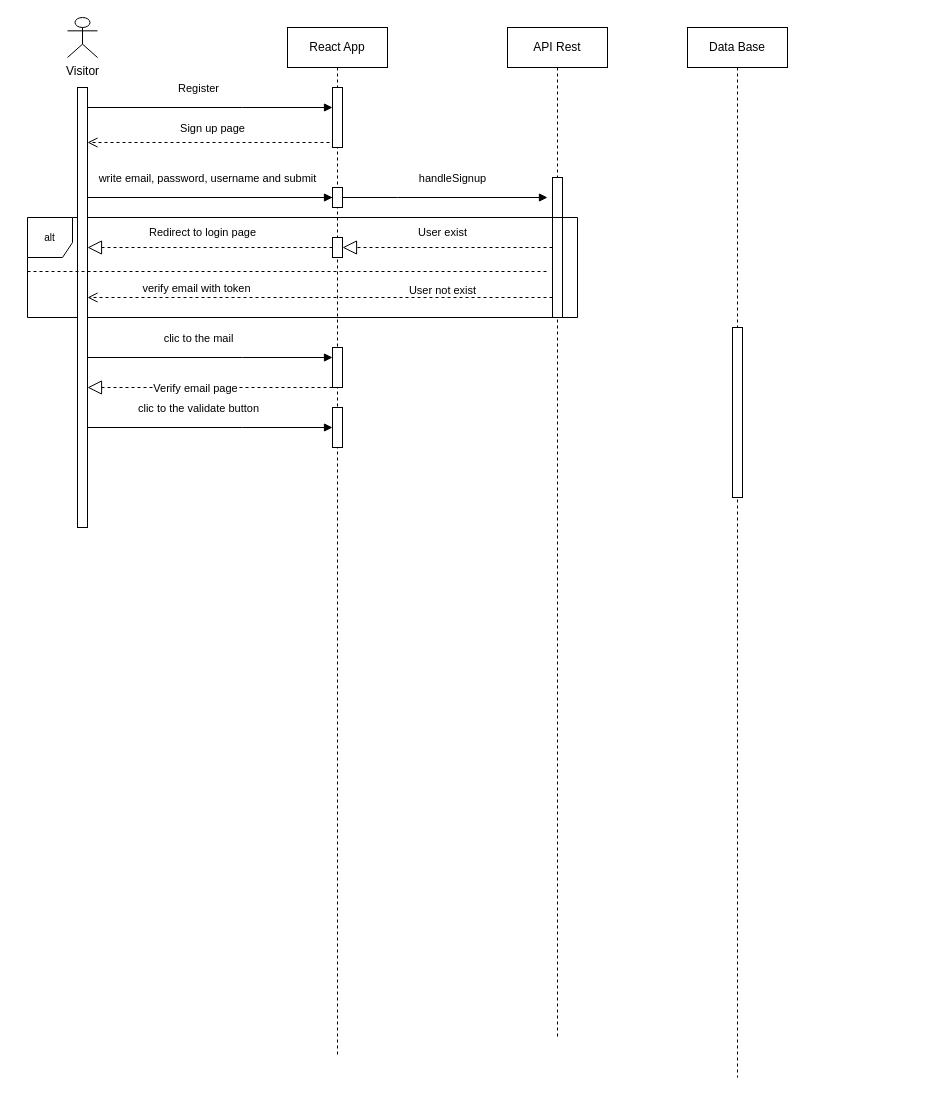
Before: Diagramme sans nom.drawio in Sebastienprt/Cinemania, a draw.io diagram. Source tidied: cells renumbered, new cells numbered last; positions are measured from the earlier drawing's top-left corner, leaving out a move shared by most shapes. Both pictures are drawn from the tidied source at 100%, with x=0, y=0 at pixel (27, 17).
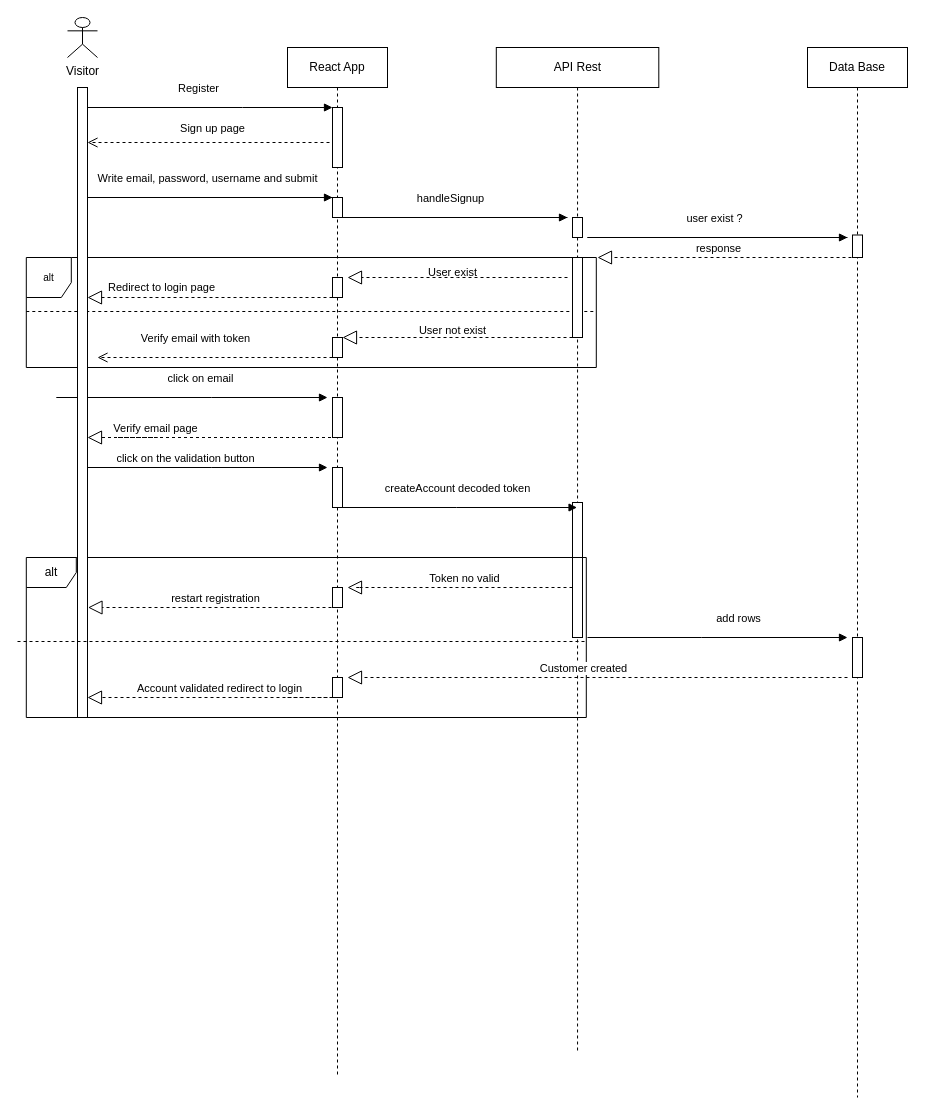
Above is the later version.

Commit message (it also covers changes not shown here):
Mettre à jour Diagramme sans nom.drawio

Change to the diagram source:
```diff
@@
     <mxCell id="2" value="React App" style="shape=umlLifeline;perimeter=lifelinePerimeter;whiteSpace=wrap;html=1;outlineConnect=0;portConstraint=eastwest;newEdgeStyle={&quot;edgeStyle&quot;:&quot;elbowEdgeStyle&quot;,&quot;elbow&quot;:&quot;vertical&quot;,&quot;curved&quot;:0,&quot;rounded&quot;:0};" parent="1" vertex="1">
-      <mxGeometry x="260" y="10" width="100" height="1030" as="geometry" />
+      <mxGeometry x="260" y="30" width="100" height="1030" as="geometry" />
     </mxCell>
@@
+    <mxCell id="14" style="html=1;points=[];perimeter=orthogonalPerimeter;outlineConnect=0;targetShapes=umlLifeline;portConstraint=eastwest;newEdgeStyle={&quot;edgeStyle&quot;:&quot;elbowEdgeStyle&quot;,&quot;elbow&quot;:&quot;vertical&quot;,&quot;curved&quot;:0,&quot;rounded&quot;:0};" parent="2" vertex="1">
+      <mxGeometry x="45" y="150" width="10" height="20" as="geometry" />
+    </mxCell>
+    <mxCell id="6" value="Write email, password, username and submit" style="html=1;verticalAlign=bottom;endArrow=block;edgeStyle=elbowEdgeStyle;elbow=vertical;curved=0;rounded=0;" parent="2" edge="1" source="14" target="14">
+      <mxGeometry x="0.49" y="10" relative="1" as="geometry">
+        <Array as="points">
+          <mxPoint x="-200" y="150" />
+          <mxPoint y="120" />
+        </Array>
+      </mxGeometry>
+    </mxCell>
+    <mxCell id="24" style="html=1;points=[];perimeter=orthogonalPerimeter;outlineConnect=0;targetShapes=umlLifeline;portConstraint=eastwest;newEdgeStyle={&quot;edgeStyle&quot;:&quot;elbowEdgeStyle&quot;,&quot;elbow&quot;:&quot;vertical&quot;,&quot;curved&quot;:0,&quot;rounded&quot;:0};" parent="2" vertex="1">
+      <mxGeometry x="45" y="230" width="10" height="20" as="geometry" />
+    </mxCell>
     <mxCell id="4" style="html=1;perimeter=orthogonalPerimeter;targetShapes=umlLifeline;newEdgeStyle={&quot;edgeStyle&quot;:&quot;elbowEdgeStyle&quot;,&quot;elbow&quot;:&quot;vertical&quot;,&quot;curved&quot;:0,&quot;rounded&quot;:0};" parent="2" vertex="1">
-      <mxGeometry x="45" y="320" width="10" height="40" as="geometry" />
+      <mxGeometry x="45" y="350" width="10" height="40" as="geometry" />
     </mxCell>
     <mxCell id="5" style="html=1;perimeter=orthogonalPerimeter;targetShapes=umlLifeline;newEdgeStyle={&quot;edgeStyle&quot;:&quot;elbowEdgeStyle&quot;,&quot;elbow&quot;:&quot;vertical&quot;,&quot;curved&quot;:0,&quot;rounded&quot;:0};" parent="2" vertex="1">
-      <mxGeometry x="45" y="380" width="10" height="40" as="geometry" />
+      <mxGeometry x="45" y="420" width="10" height="40" as="geometry" />
     </mxCell>
-    <mxCell id="6" value="write email, password, username and submit" style="html=1;verticalAlign=bottom;endArrow=block;edgeStyle=elbowEdgeStyle;elbow=vertical;curved=0;rounded=0;" parent="1" edge="1" source="14" target="14">
-      <mxGeometry x="0.49" y="10" relative="1" as="geometry">
-        <Array as="points">
-          <mxPoint x="60" y="180" />
-          <mxPoint x="260" y="150" />
-        </Array>
-      </mxGeometry>
-    </mxCell>
+    <mxCell id="30" style="html=1;perimeter=orthogonalPerimeter;targetShapes=umlLifeline;newEdgeStyle={&quot;edgeStyle&quot;:&quot;elbowEdgeStyle&quot;,&quot;elbow&quot;:&quot;vertical&quot;,&quot;curved&quot;:0,&quot;rounded&quot;:0};" parent="2" vertex="1">
+      <mxGeometry x="45" y="540" width="10" height="20" as="geometry" />
+    </mxCell>
+    <mxCell id="31" style="html=1;perimeter=orthogonalPerimeter;targetShapes=umlLifeline;newEdgeStyle={&quot;edgeStyle&quot;:&quot;elbowEdgeStyle&quot;,&quot;elbow&quot;:&quot;vertical&quot;,&quot;curved&quot;:0,&quot;rounded&quot;:0};" parent="2" vertex="1">
+      <mxGeometry x="45" y="630" width="10" height="20" as="geometry" />
+    </mxCell>
+    <mxCell id="32" style="html=1;points=[];perimeter=orthogonalPerimeter;outlineConnect=0;targetShapes=umlLifeline;portConstraint=eastwest;newEdgeStyle={&quot;edgeStyle&quot;:&quot;elbowEdgeStyle&quot;,&quot;elbow&quot;:&quot;vertical&quot;,&quot;curved&quot;:0,&quot;rounded&quot;:0};" parent="2" vertex="1">
+      <mxGeometry x="45" y="290" width="10" height="20" as="geometry" />
+    </mxCell>
     <mxCell id="7" value="API Rest" style="shape=umlLifeline;perimeter=lifelinePerimeter;whiteSpace=wrap;html=1;outlineConnect=0;portConstraint=eastwest;newEdgeStyle={&quot;edgeStyle&quot;:&quot;elbowEdgeStyle&quot;,&quot;elbow&quot;:&quot;vertical&quot;,&quot;curved&quot;:0,&quot;rounded&quot;:0};" parent="1" vertex="1">
-      <mxGeometry x="480" y="10" width="100" height="1010" as="geometry" />
+      <mxGeometry x="468.8" y="30" width="162.5" height="1005" as="geometry" />
     </mxCell>
-    <mxCell id="8" style="html=1;points=[];perimeter=orthogonalPerimeter;outlineConnect=0;targetShapes=umlLifeline;portConstraint=eastwest;newEdgeStyle={&quot;edgeStyle&quot;:&quot;elbowEdgeStyle&quot;,&quot;elbow&quot;:&quot;vertical&quot;,&quot;curved&quot;:0,&quot;rounded&quot;:0};" parent="7" vertex="1">
-      <mxGeometry x="45" y="150" width="10" height="140" as="geometry" />
-    </mxCell>
+    <mxCell id="33" style="html=1;points=[];perimeter=orthogonalPerimeter;outlineConnect=0;targetShapes=umlLifeline;portConstraint=eastwest;newEdgeStyle={&quot;edgeStyle&quot;:&quot;elbowEdgeStyle&quot;,&quot;elbow&quot;:&quot;vertical&quot;,&quot;curved&quot;:0,&quot;rounded&quot;:0};" parent="7" vertex="1">
+      <mxGeometry x="76.2" y="455" width="10" height="135" as="geometry" />
+    </mxCell>
+    <mxCell id="13" value="&lt;font style=&quot;font-size: 10px;&quot;&gt;alt&lt;/font&gt;" style="shape=umlFrame;whiteSpace=wrap;html=1;width=45;height=40;" parent="7" vertex="1">
+      <mxGeometry x="-470" y="210" width="570" height="110" as="geometry" />
+    </mxCell>
+    <mxCell id="16" value="Verify email with token" style="html=1;verticalAlign=bottom;endArrow=open;dashed=1;endSize=8;edgeStyle=elbowEdgeStyle;elbow=vertical;curved=0;rounded=0;" parent="7" edge="1" source="32">
+      <mxGeometry x="0.17" y="-10" relative="1" as="geometry">
+        <mxPoint x="-398.8" y="310" as="targetPoint" />
+        <Array as="points">
+          <mxPoint x="-209" y="310" />
+          <mxPoint x="-109" y="300" />
+          <mxPoint x="-110" y="270" />
+          <mxPoint x="-210" y="290" />
+          <mxPoint x="-120" y="260" />
+        </Array>
+      </mxGeometry>
+    </mxCell>
+    <mxCell id="19" style="line;strokeWidth=1;fillColor=none;align=left;verticalAlign=middle;spacingTop=-1;spacingLeft=3;spacingRight=3;labelPosition=right;strokeColor=inherit;dashed=1;" parent="7" vertex="1">
+      <mxGeometry x="-470" y="260" width="570" height="8" as="geometry" />
+    </mxCell>
+    <mxCell id="23" value="&lt;span style=&quot;font-size: 11px;&quot;&gt;Redirect to login page&lt;/span&gt;" style="text;html=1;align=center;verticalAlign=middle;strokeColor=none;fillColor=none;" parent="7" vertex="1">
+      <mxGeometry x="-400" y="225" width="130" height="30" as="geometry" />
+    </mxCell>
+    <mxCell id="26" value="click on email&lt;br&gt;" style="html=1;verticalAlign=bottom;endArrow=block;edgeStyle=elbowEdgeStyle;elbow=vertical;curved=0;rounded=0;" parent="7" edge="1">
+      <mxGeometry x="0.06" y="10" relative="1" as="geometry">
+        <mxPoint x="-440" y="350" as="sourcePoint" />
+        <mxPoint x="-168.8" y="350" as="targetPoint" />
+        <Array as="points">
+          <mxPoint x="-285" y="350" />
+          <mxPoint x="-245" y="320" />
+        </Array>
+      </mxGeometry>
+    </mxCell>
+    <mxCell id="34" value="add rows" style="html=1;verticalAlign=bottom;endArrow=block;edgeStyle=elbowEdgeStyle;elbow=vertical;curved=0;rounded=0;" parent="7" edge="1">
+      <mxGeometry x="0.16" y="10" relative="1" as="geometry">
+        <mxPoint x="91.2" y="590" as="sourcePoint" />
+        <mxPoint x="351.2" y="590" as="targetPoint" />
+        <Array as="points">
+          <mxPoint x="205" y="590" />
+          <mxPoint x="245" y="560" />
+        </Array>
+      </mxGeometry>
+    </mxCell>
+    <mxCell id="35" value="alt" style="shape=umlFrame;whiteSpace=wrap;html=1;width=50;height=30;" parent="7" vertex="1">
+      <mxGeometry x="-470" y="510" width="560" height="160" as="geometry" />
+    </mxCell>
+    <mxCell id="36" style="endArrow=block;dashed=1;endFill=0;endSize=12;html=1;rounded=0;" parent="7" edge="1" source="33">
+      <mxGeometry relative="1" as="geometry">
+        <mxPoint x="-148.8" y="540" as="targetPoint" />
+        <Array as="points">
+          <mxPoint x="-140" y="540" />
+        </Array>
+      </mxGeometry>
+    </mxCell>
+    <mxCell id="37" value="Token no valid" style="edgeLabel;html=1;align=center;verticalAlign=middle;" parent="36" vertex="1">
+      <mxGeometry x="0.13" y="-3" relative="1" as="geometry">
+        <mxPoint x="18" y="-7" as="offset" />
+      </mxGeometry>
+    </mxCell>
+    <mxCell id="38" style="endArrow=block;dashed=1;endFill=0;endSize=12;html=1;rounded=0;" parent="7" edge="1">
+      <mxGeometry relative="1" as="geometry">
+        <mxPoint x="351.2" y="630" as="sourcePoint" />
+        <mxPoint x="-148.8" y="630" as="targetPoint" />
+        <Array as="points">
+          <mxPoint x="251.2" y="630" />
+          <mxPoint x="151.2" y="630" />
+        </Array>
+      </mxGeometry>
+    </mxCell>
+    <mxCell id="39" value="Customer created" style="edgeLabel;html=1;align=center;verticalAlign=middle;" parent="38" vertex="1">
+      <mxGeometry x="0.13" y="-3" relative="1" as="geometry">
+        <mxPoint x="18" y="-7" as="offset" />
+      </mxGeometry>
+    </mxCell>
+    <mxCell id="40" style="html=1;points=[];perimeter=orthogonalPerimeter;outlineConnect=0;targetShapes=umlLifeline;portConstraint=eastwest;newEdgeStyle={&quot;edgeStyle&quot;:&quot;elbowEdgeStyle&quot;,&quot;elbow&quot;:&quot;vertical&quot;,&quot;curved&quot;:0,&quot;rounded&quot;:0};" parent="7" vertex="1">
+      <mxGeometry x="76.2" y="210" width="10" height="80" as="geometry" />
+    </mxCell>
     <mxCell id="9" value="Data Base" style="shape=umlLifeline;perimeter=lifelinePerimeter;whiteSpace=wrap;html=1;newEdgeStyle={&quot;edgeStyle&quot;:&quot;elbowEdgeStyle&quot;,&quot;elbow&quot;:&quot;vertical&quot;,&quot;curved&quot;:0,&quot;rounded&quot;:0};" parent="1" vertex="1">
-      <mxGeometry x="660" y="10" width="100" height="1050" as="geometry" />
+      <mxGeometry x="780" y="30" width="100" height="1050" as="geometry" />
     </mxCell>
+    <mxCell id="41" style="html=1;perimeter=orthogonalPerimeter;targetShapes=umlLifeline;newEdgeStyle={&quot;edgeStyle&quot;:&quot;elbowEdgeStyle&quot;,&quot;elbow&quot;:&quot;vertical&quot;,&quot;curved&quot;:0,&quot;rounded&quot;:0};" parent="9" vertex="1">
+      <mxGeometry x="45" y="187.5" width="10" height="22.5" as="geometry" />
+    </mxCell>
     <mxCell id="10" style="html=1;perimeter=orthogonalPerimeter;targetShapes=umlLifeline;newEdgeStyle={&quot;edgeStyle&quot;:&quot;elbowEdgeStyle&quot;,&quot;elbow&quot;:&quot;vertical&quot;,&quot;curved&quot;:0,&quot;rounded&quot;:0};" parent="9" vertex="1">
-      <mxGeometry x="45" y="300" width="10" height="170" as="geometry" />
+      <mxGeometry x="45" y="590" width="10" height="40" as="geometry" />
     </mxCell>
@@
-    <mxCell id="13" value="&lt;font style=&quot;font-size: 10px;&quot;&gt;alt&lt;/font&gt;" style="shape=umlFrame;whiteSpace=wrap;html=1;width=45;height=40;" parent="1" vertex="1">
-      <mxGeometry y="200" width="550" height="100" as="geometry" />
-    </mxCell>
-    <mxCell id="14" style="html=1;points=[];perimeter=orthogonalPerimeter;outlineConnect=0;targetShapes=umlLifeline;portConstraint=eastwest;newEdgeStyle={&quot;edgeStyle&quot;:&quot;elbowEdgeStyle&quot;,&quot;elbow&quot;:&quot;vertical&quot;,&quot;curved&quot;:0,&quot;rounded&quot;:0};" parent="1" vertex="1">
-      <mxGeometry x="305" y="170" width="10" height="20" as="geometry" />
-    </mxCell>
-    <mxCell id="15" value="handleSignup" style="html=1;verticalAlign=bottom;endArrow=block;edgeStyle=elbowEdgeStyle;elbow=vertical;curved=0;rounded=0;" parent="1" edge="1" source="14">
-      <mxGeometry x="0.07" y="10" relative="1" as="geometry">
-        <mxPoint x="520" y="180" as="targetPoint" />
+    <mxCell id="15" value="handleSignup" style="html=1;verticalAlign=bottom;endArrow=block;edgeStyle=elbowEdgeStyle;elbow=vertical;curved=0;rounded=0;" parent="1" edge="1">
+      <mxGeometry x="0.49" y="10" relative="1" as="geometry">
+        <mxPoint x="540" y="200" as="sourcePoint" />
+        <mxPoint x="540" y="200" as="targetPoint" />
         <Array as="points">
-          <mxPoint x="370" y="180" />
+          <mxPoint x="310" y="200" />
           <mxPoint x="470" y="170" />
           <mxPoint x="410" y="220" />
           <mxPoint x="440" y="220" />
           <mxPoint x="400" y="220" />
           <mxPoint x="140" y="244" />
           <mxPoint x="320" y="220" />
           <mxPoint x="410" y="220" />
         </Array>
       </mxGeometry>
     </mxCell>
-    <mxCell id="16" value="verify email with token" style="html=1;verticalAlign=bottom;endArrow=open;dashed=1;endSize=8;edgeStyle=elbowEdgeStyle;elbow=vertical;curved=0;rounded=0;" parent="1" edge="1" source="8" target="18">
-      <mxGeometry x="0.53" relative="1" as="geometry">
-        <Array as="points">
-          <mxPoint x="240" y="280" />
-          <mxPoint x="190" y="270" />
-          <mxPoint x="400" y="300" />
-          <mxPoint x="390" y="260" />
-          <mxPoint x="290" y="280" />
-          <mxPoint x="380" y="250" />
-        </Array>
-      </mxGeometry>
-    </mxCell>
@@
     <mxCell id="18" style="html=1;points=[];perimeter=orthogonalPerimeter;outlineConnect=0;targetShapes=umlLifeline;portConstraint=eastwest;newEdgeStyle={&quot;edgeStyle&quot;:&quot;elbowEdgeStyle&quot;,&quot;elbow&quot;:&quot;vertical&quot;,&quot;curved&quot;:0,&quot;rounded&quot;:0};" parent="1" vertex="1">
-      <mxGeometry x="50" y="70" width="10" height="440" as="geometry" />
+      <mxGeometry x="50" y="70" width="10" height="630" as="geometry" />
     </mxCell>
-    <mxCell id="19" style="line;strokeWidth=1;fillColor=none;align=left;verticalAlign=middle;spacingTop=-1;spacingLeft=3;spacingRight=3;labelPosition=right;strokeColor=inherit;dashed=1;" parent="1" vertex="1">
-      <mxGeometry y="250" width="520" height="8" as="geometry" />
-    </mxCell>
+    <mxCell id="8" style="html=1;points=[];perimeter=orthogonalPerimeter;outlineConnect=0;targetShapes=umlLifeline;portConstraint=eastwest;newEdgeStyle={&quot;edgeStyle&quot;:&quot;elbowEdgeStyle&quot;,&quot;elbow&quot;:&quot;vertical&quot;,&quot;curved&quot;:0,&quot;rounded&quot;:0};" parent="1" vertex="1">
+      <mxGeometry x="545" y="200" width="10" height="20" as="geometry" />
+    </mxCell>
+    <mxCell id="42" value="user exist ?" style="html=1;verticalAlign=bottom;endArrow=block;edgeStyle=elbowEdgeStyle;elbow=vertical;curved=0;rounded=0;" parent="1" edge="1">
+      <mxGeometry x="0.49" y="10" relative="1" as="geometry">
+        <mxPoint x="820" y="220" as="sourcePoint" />
+        <mxPoint x="820" y="220" as="targetPoint" />
+        <Array as="points">
+          <mxPoint x="560" y="220" />
+          <mxPoint x="750" y="190" />
+          <mxPoint x="690" y="240" />
+          <mxPoint x="720" y="240" />
+          <mxPoint x="680" y="240" />
+          <mxPoint x="420" y="264" />
+          <mxPoint x="600" y="240" />
+          <mxPoint x="690" y="240" />
+        </Array>
+      </mxGeometry>
+    </mxCell>
-    <mxCell id="20" style="endArrow=block;dashed=1;endFill=0;endSize=12;html=1;rounded=0;" parent="1" edge="1" source="8" target="24">
+    <mxCell id="20" style="endArrow=block;dashed=1;endFill=0;endSize=12;html=1;rounded=0;entryX=1.5;entryY=0;entryDx=0;entryDy=0;entryPerimeter=0;" parent="1" edge="1" target="24">
       <mxGeometry relative="1" as="geometry">
+        <mxPoint x="540" y="260" as="sourcePoint" />
         <Array as="points">
-          <mxPoint x="360" y="230" />
+          <mxPoint x="498.8" y="260" />
+          <mxPoint x="450" y="260" />
+          <mxPoint x="430" y="260" />
         </Array>
       </mxGeometry>
     </mxCell>
+    <mxCell id="43" value="createAccount decoded token" style="html=1;verticalAlign=bottom;endArrow=block;edgeStyle=elbowEdgeStyle;elbow=vertical;curved=0;rounded=0;" parent="1" edge="1" source="2" target="7">
+      <mxGeometry y="10" relative="1" as="geometry">
+        <Array as="points">
+          <mxPoint x="428.8" y="490" />
+          <mxPoint x="468.8" y="460" />
+        </Array>
+      </mxGeometry>
+    </mxCell>
+    <mxCell id="44" style="endArrow=block;dashed=1;endFill=0;endSize=12;html=1;rounded=0;" parent="1" edge="1">
+      <mxGeometry relative="1" as="geometry">
+        <mxPoint x="830" y="240" as="sourcePoint" />
+        <mxPoint x="570" y="240" as="targetPoint" />
+        <Array as="points">
+          <mxPoint x="730" y="240" />
+          <mxPoint x="630" y="240" />
+        </Array>
+      </mxGeometry>
+    </mxCell>
+    <mxCell id="45" value="response" style="edgeLabel;html=1;align=center;verticalAlign=middle;" parent="44" vertex="1">
+      <mxGeometry x="0.13" y="-3" relative="1" as="geometry">
+        <mxPoint x="7" y="-7" as="offset" />
+      </mxGeometry>
+    </mxCell>
+    <mxCell id="22" style="endArrow=block;dashed=1;endFill=0;endSize=12;html=1;rounded=0;" parent="1" edge="1" source="24">
+      <mxGeometry relative="1" as="geometry">
+        <mxPoint x="60" y="280" as="targetPoint" />
+        <Array as="points">
+          <mxPoint x="78.8" y="280" />
+        </Array>
+      </mxGeometry>
+    </mxCell>
+    <mxCell id="25" value="&lt;font style=&quot;font-size: 11px;&quot;&gt;User not exist&lt;/font&gt;" style="text;html=1;align=center;verticalAlign=middle;strokeColor=none;fillColor=none;" parent="1" vertex="1">
+      <mxGeometry x="380" y="298" width="90" height="30" as="geometry" />
+    </mxCell>
     <mxCell id="21" value="&lt;font style=&quot;font-size: 11px;&quot;&gt;User exist&lt;/font&gt;" style="text;html=1;align=center;verticalAlign=middle;strokeColor=none;fillColor=none;" parent="1" vertex="1">
-      <mxGeometry x="380" y="200" width="70" height="30" as="geometry" />
+      <mxGeometry x="390" y="240" width="70" height="30" as="geometry" />
     </mxCell>
-    <mxCell id="22" style="endArrow=block;dashed=1;endFill=0;endSize=12;html=1;rounded=0;" parent="1" edge="1" source="24">
-      <mxGeometry relative="1" as="geometry">
-        <mxPoint x="60" y="230" as="targetPoint" />
-        <Array as="points">
-          <mxPoint x="190" y="230" />
-          <mxPoint x="60" y="230" />
-        </Array>
-      </mxGeometry>
-    </mxCell>
-    <mxCell id="23" value="&lt;span style=&quot;font-size: 11px;&quot;&gt;Redirect to login page&lt;/span&gt;" style="text;html=1;align=center;verticalAlign=middle;strokeColor=none;fillColor=none;" parent="1" vertex="1">
-      <mxGeometry x="110" y="200" width="130" height="30" as="geometry" />
-    </mxCell>
-    <mxCell id="24" style="html=1;points=[];perimeter=orthogonalPerimeter;outlineConnect=0;targetShapes=umlLifeline;portConstraint=eastwest;newEdgeStyle={&quot;edgeStyle&quot;:&quot;elbowEdgeStyle&quot;,&quot;elbow&quot;:&quot;vertical&quot;,&quot;curved&quot;:0,&quot;rounded&quot;:0};" parent="1" vertex="1">
-      <mxGeometry x="305" y="220" width="10" height="20" as="geometry" />
-    </mxCell>
-    <mxCell id="25" value="&lt;font style=&quot;font-size: 11px;&quot;&gt;User not exist&lt;/font&gt;" style="text;html=1;align=center;verticalAlign=middle;strokeColor=none;fillColor=none;" parent="1" vertex="1">
-      <mxGeometry x="370" y="258" width="90" height="30" as="geometry" />
-    </mxCell>
-    <mxCell id="26" value="clic to the mail" style="html=1;verticalAlign=bottom;endArrow=block;edgeStyle=elbowEdgeStyle;elbow=vertical;curved=0;rounded=0;" parent="1" edge="1">
-      <mxGeometry x="-0.09" y="10" relative="1" as="geometry">
-        <mxPoint x="60" y="340" as="sourcePoint" />
-        <mxPoint x="305" y="340" as="targetPoint" />
-        <Array as="points">
-          <mxPoint x="215" y="340" />
-          <mxPoint x="255" y="310" />
-        </Array>
-      </mxGeometry>
-    </mxCell>
+    <mxCell id="29" value="click on the validation button&lt;br&gt;" style="html=1;verticalAlign=bottom;endArrow=block;edgeStyle=elbowEdgeStyle;elbow=vertical;curved=0;rounded=0;" parent="1" edge="1" source="18">
+      <mxGeometry x="-0.18" relative="1" as="geometry">
+        <mxPoint x="300" y="450" as="targetPoint" />
+        <Array as="points">
+          <mxPoint x="183.8" y="450" />
+          <mxPoint x="223.8" y="420" />
+        </Array>
+      </mxGeometry>
+    </mxCell>
-    <mxCell id="27" style="endArrow=block;dashed=1;endFill=0;endSize=12;html=1;rounded=0;" parent="1" edge="1">
+    <mxCell id="27" style="endArrow=block;dashed=1;endFill=0;endSize=12;html=1;rounded=0;" parent="1" edge="1" source="2" target="18">
       <mxGeometry relative="1" as="geometry">
-        <mxPoint x="305" y="370" as="sourcePoint" />
-        <mxPoint x="60" y="370" as="targetPoint" />
         <Array as="points">
-          <mxPoint x="190" y="370" />
-          <mxPoint x="60" y="370" />
+          <mxPoint x="210" y="420" />
+          <mxPoint x="90" y="420" />
+          <mxPoint x="130" y="420" />
         </Array>
       </mxGeometry>
     </mxCell>
     <mxCell id="28" value="Verify email page" style="edgeLabel;html=1;align=center;verticalAlign=middle;" parent="27" vertex="1">
-      <mxGeometry x="0.13" relative="1" as="geometry" />
+      <mxGeometry x="0.13" relative="1" as="geometry">
+        <mxPoint x="4" y="-10" as="offset" />
+      </mxGeometry>
     </mxCell>
-    <mxCell id="29" value="clic to the validate button" style="html=1;verticalAlign=bottom;endArrow=block;edgeStyle=elbowEdgeStyle;elbow=vertical;curved=0;rounded=0;" parent="1" edge="1">
-      <mxGeometry x="-0.09" y="10" relative="1" as="geometry">
-        <mxPoint x="60" y="410" as="sourcePoint" />
-        <mxPoint x="305" y="410" as="targetPoint" />
-        <Array as="points">
-          <mxPoint x="215" y="410" />
-          <mxPoint x="255" y="380" />
-        </Array>
-      </mxGeometry>
-    </mxCell>
+    <mxCell id="46" style="line;strokeWidth=1;fillColor=none;align=left;verticalAlign=middle;spacingTop=-1;spacingLeft=3;spacingRight=3;labelPosition=right;strokeColor=inherit;dashed=1;" parent="1" vertex="1">
+      <mxGeometry x="-10" y="620" width="570" height="8" as="geometry" />
+    </mxCell>
+    <mxCell id="47" style="endArrow=block;dashed=1;endFill=0;endSize=12;html=1;rounded=0;" parent="1" edge="1">
+      <mxGeometry relative="1" as="geometry">
+        <mxPoint x="310" y="590" as="sourcePoint" />
+        <mxPoint x="60.5" y="590" as="targetPoint" />
+        <Array as="points">
+          <mxPoint x="260.5" y="590" />
+          <mxPoint x="190.5" y="590" />
+          <mxPoint x="110.5" y="590" />
+        </Array>
+      </mxGeometry>
+    </mxCell>
+    <mxCell id="48" value="restart registration&lt;br&gt;" style="edgeLabel;html=1;align=center;verticalAlign=middle;" parent="47" vertex="1">
+      <mxGeometry x="0.13" y="-3" relative="1" as="geometry">
+        <mxPoint x="18" y="-7" as="offset" />
+      </mxGeometry>
+    </mxCell>
+    <mxCell id="49" style="endArrow=block;dashed=1;endFill=0;endSize=12;html=1;rounded=0;" parent="1" edge="1" source="40" target="32">
+      <mxGeometry relative="1" as="geometry" />
+    </mxCell>
+    <mxCell id="50" style="endArrow=block;dashed=1;endFill=0;endSize=12;html=1;rounded=0;" parent="1" edge="1">
+      <mxGeometry relative="1" as="geometry">
+        <mxPoint x="260" y="680" as="sourcePoint" />
+        <mxPoint x="60" y="680" as="targetPoint" />
+        <Array as="points">
+          <mxPoint x="310" y="680" />
+        </Array>
+      </mxGeometry>
+    </mxCell>
+    <mxCell id="51" value="Account validated redirect to login" style="edgeLabel;html=1;align=center;verticalAlign=middle;" parent="50" vertex="1">
+      <mxGeometry x="0.13" y="-3" relative="1" as="geometry">
+        <mxPoint y="-7" as="offset" />
+      </mxGeometry>
+    </mxCell>
```
